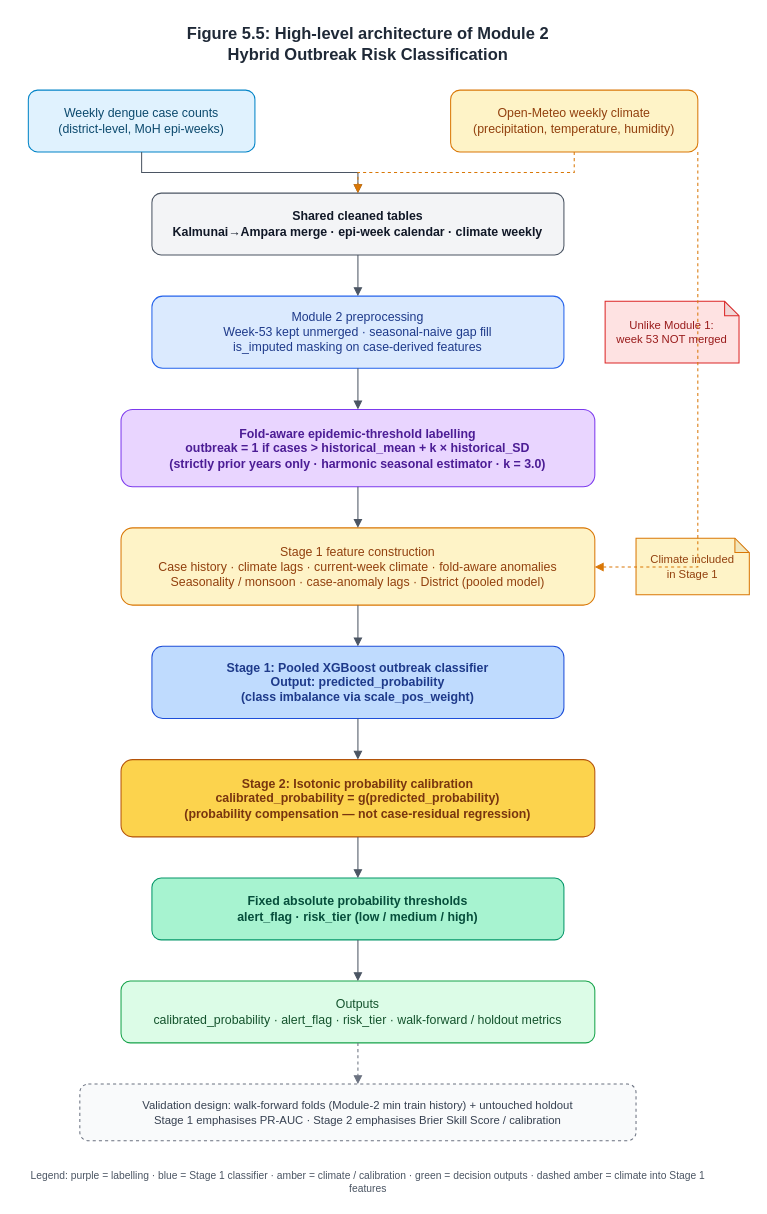
Before: page "Figure 5.5 Module 2" (2 of 2) of research_context/report_drafts/diagrams/figure_5_4_and_5_5_module1_module2.drawio in CodexonB21/Dengue_Risk_Prediction_Framework, a draw.io diagram. Source tidied: cells renumbered, new cells numbered last; positions are measured from the earlier drawing's top-left corner, leaving out a move shared by most shapes. Both pictures are drawn from the tidied source at 103%, with x=0, y=0 at pixel (18, 18).
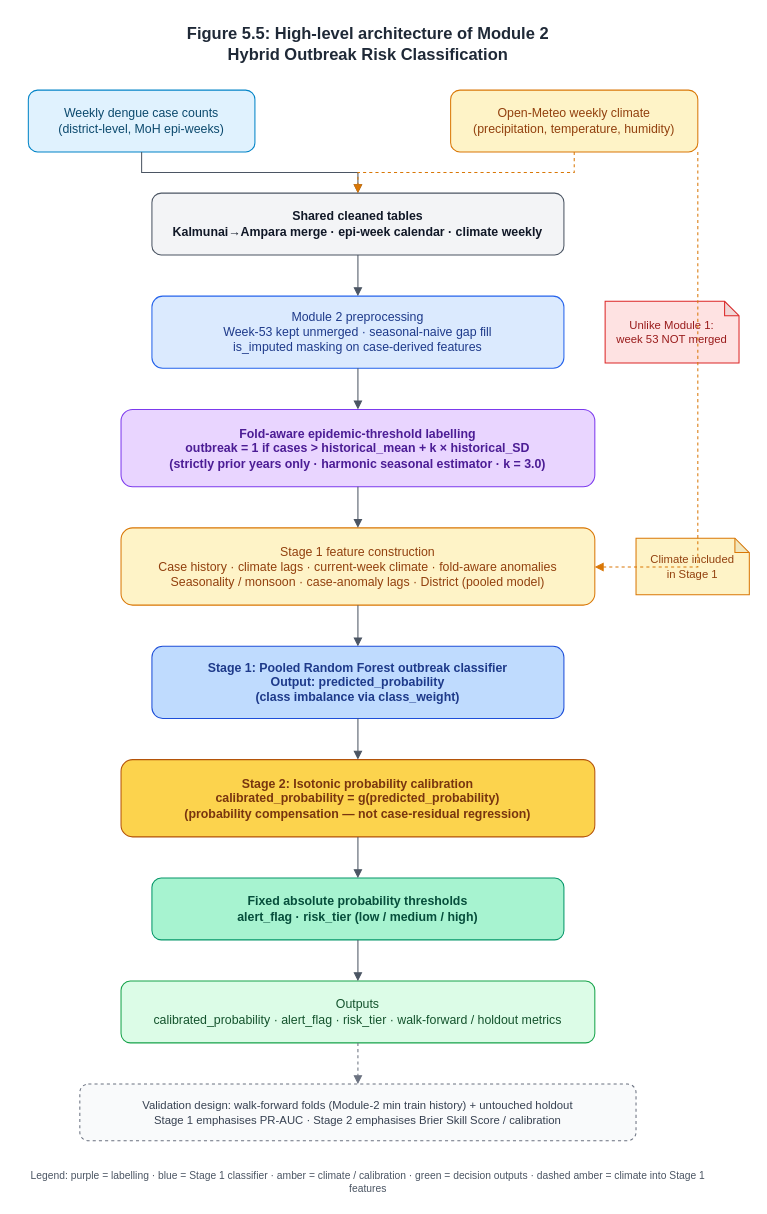
The same page after the edit.

Commit message (it also covers changes not shown here):
Add Chapter 7 evaluation draft for Modules 1 and 2; update related chapters and diagrams to reflect Random Forest model

Diff of the diagram source:
```diff
@@
-    <mxCell id="11" value="Stage 1: Pooled XGBoost outbreak classifier&#10;Output: predicted_probability&#10;(class imbalance via scale_pos_weight)" style="rounded=1;whiteSpace=wrap;html=1;fillColor=#BFDBFE;strokeColor=#1D4ED8;fontColor=#1E3A8A;fontSize=12;fontStyle=1;" parent="1" vertex="1">
+    <mxCell id="11" value="Stage 1: Pooled Random Forest outbreak classifier&#10;Output: predicted_probability&#10;(class imbalance via class_weight)" style="rounded=1;whiteSpace=wrap;html=1;fillColor=#BFDBFE;strokeColor=#1D4ED8;fontColor=#1E3A8A;fontSize=12;fontStyle=1;" parent="1" vertex="1">
       <mxGeometry x="130" y="610" width="400" height="70" as="geometry" />
     </mxCell>
```
